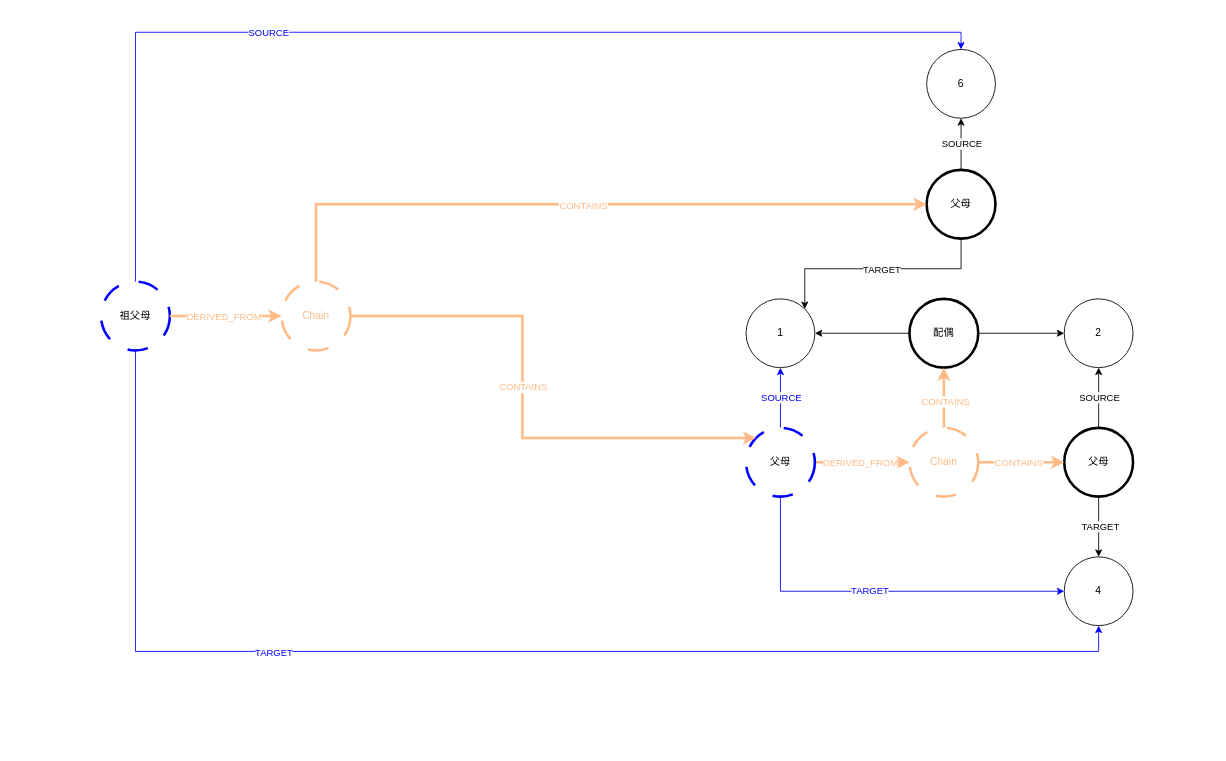
This is page "关系推导链路精简" (7 of 7) of 友邦/图拓扑设计.drawio from XiaoLiuAI/diagrams, a draw.io file, before an edit. Source tidied: cells renumbered, new cells numbered last; positions are measured from the earlier drawing's top-left corner, leaving out a move shared by most shapes. Both pictures are drawn from the tidied source at 86%, with x=0, y=0 at pixel (101, 49).
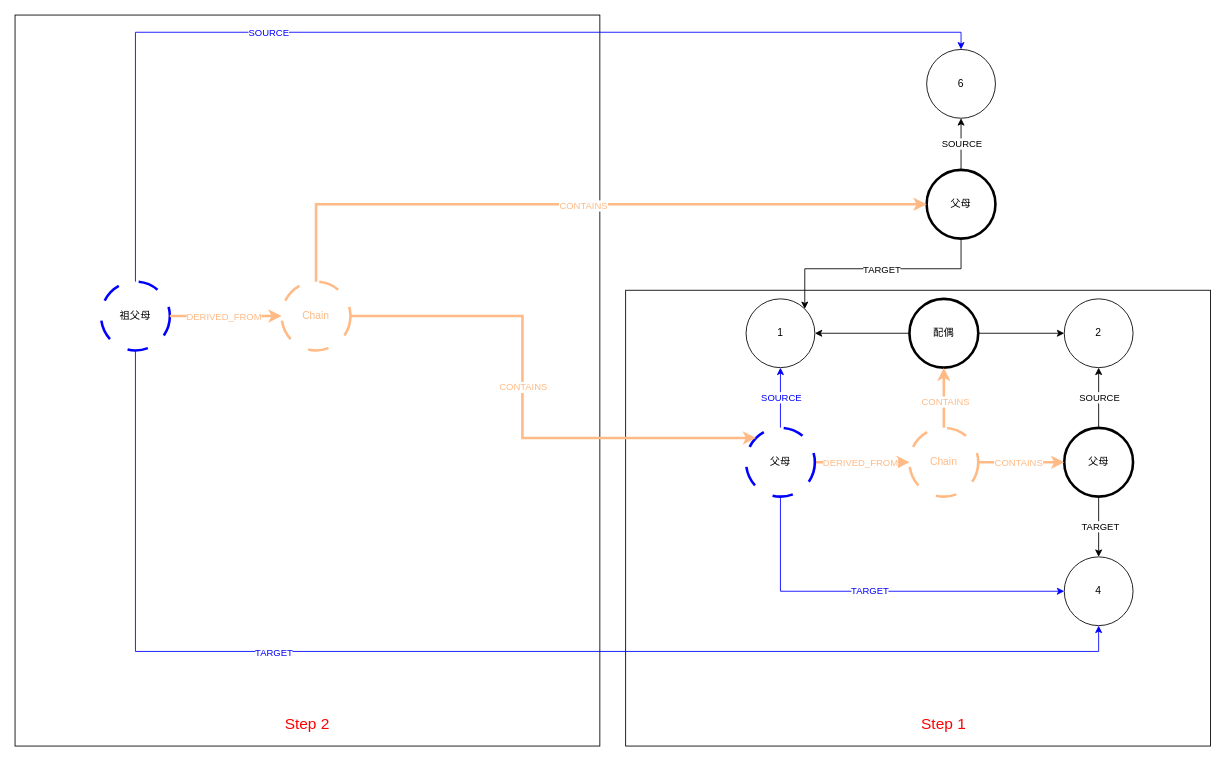
After the change.

Commit message:
更新图拓扑设计.drawio

Change to the diagram source:
```diff
@@
+    <mxCell id="43" style="rounded=0;whiteSpace=wrap;html=1;" parent="1" vertex="1">
+      <mxGeometry x="-100" y="-40" width="680" height="850" as="geometry" />
+    </mxCell>
+    <mxCell id="44" style="rounded=0;whiteSpace=wrap;html=1;" parent="1" vertex="1">
+      <mxGeometry x="610" y="280" width="680" height="530" as="geometry" />
+    </mxCell>
@@
+    <mxCell id="45" value="&lt;font style=&quot;font-size: 18px;&quot; color=&quot;#ff0000&quot;&gt;Step 1&lt;/font&gt;" style="text;html=1;strokeColor=none;fillColor=none;align=center;verticalAlign=middle;whiteSpace=wrap;rounded=0;" parent="1" vertex="1">
+      <mxGeometry x="950" y="770" width="60" height="30" as="geometry" />
+    </mxCell>
+    <mxCell id="46" value="&lt;font style=&quot;font-size: 18px;&quot; color=&quot;#ff0000&quot;&gt;Step 2&lt;/font&gt;" style="text;html=1;strokeColor=none;fillColor=none;align=center;verticalAlign=middle;whiteSpace=wrap;rounded=0;" parent="1" vertex="1">
+      <mxGeometry x="210" y="770" width="60" height="30" as="geometry" />
+    </mxCell>
```
